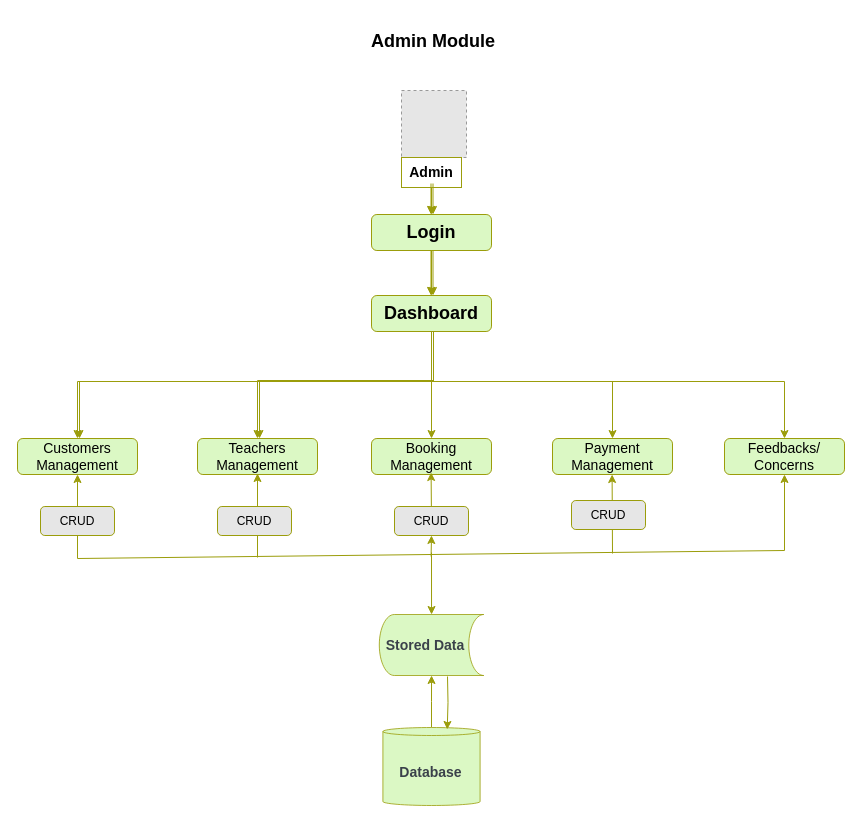
The draw.io diagram page "Admin Module" (7 of 10) of Untitled Diagram.drawio in Nashciong/JavaCodes, before the edit. Source tidied: cells renumbered, new cells numbered last; positions are measured from the earlier drawing's top-left corner, leaving out a move shared by most shapes. Both pictures are drawn from the tidied source at 100%, with x=0, y=0 at pixel (17, 17). Pictures stored in the file or linked from it are replaced by grey dashed boxes.
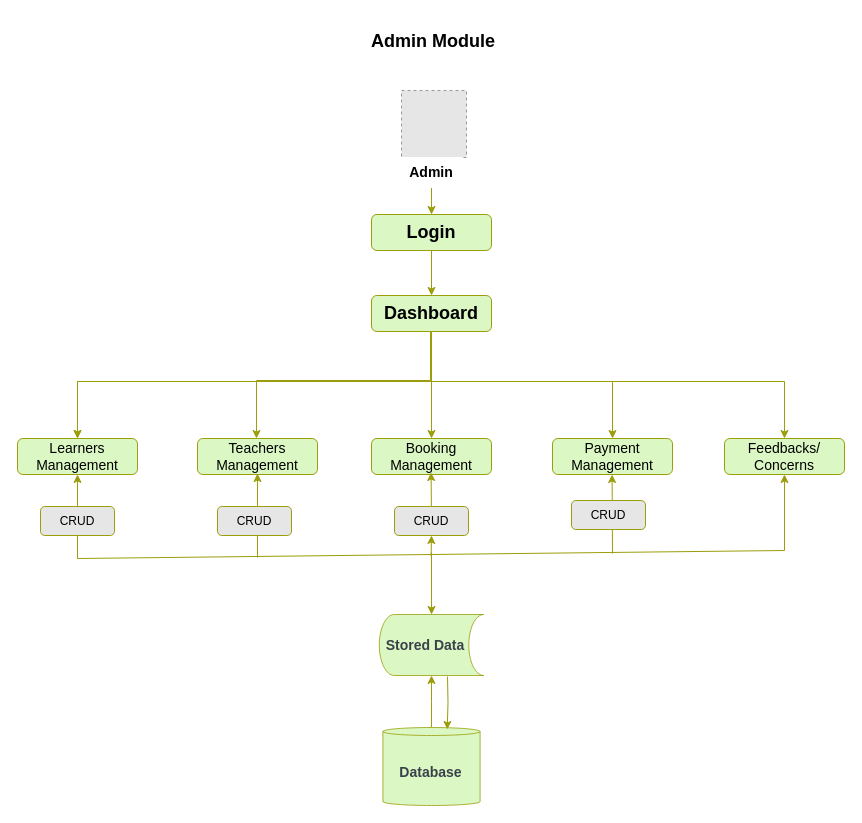
The same page after the edit.

The change refers to these unchanged cells:
```xml
<mxCell id="11" value="&lt;font style=&quot;font-size: 18px;&quot;&gt;&lt;b&gt;Dashboard&lt;/b&gt;&lt;/font&gt;" style="rounded=1;whiteSpace=wrap;html=1;fillColor=#DBF8C4;strokeColor=#9B9D0B;" parent="1" vertex="1">
  <mxGeometry x="354" y="278" width="120" height="36" as="geometry" />
</mxCell>
<mxCell id="18" value="&lt;font style=&quot;font-size: 14px;&quot;&gt;Teachers Management&lt;/font&gt;" style="rounded=1;whiteSpace=wrap;html=1;fillColor=#DBF8C4;strokeColor=#9B9D0B;" parent="1" vertex="1">
  <mxGeometry x="180" y="421" width="120" height="36" as="geometry" />
</mxCell>
```

The edit, as a diff of the source:
```diff
@@
-    <mxCell id="8" style="edgeStyle=orthogonalEdgeStyle;rounded=0;jettySize=auto;html=1;entryX=0.5;entryY=0;entryDx=0;entryDy=0;strokeColor=#9B9D0B;" parent="1" edge="1" source="11" target="18">
-      <mxGeometry relative="1" as="geometry">
-        <Array as="points">
-          <mxPoint x="414" y="363" />
-          <mxPoint x="240" y="363" />
-        </Array>
-      </mxGeometry>
-    </mxCell>
@@
-    <mxCell id="13" value="&lt;b&gt;&lt;font style=&quot;font-size: 14px;&quot;&gt;Admin&lt;/font&gt;&lt;/b&gt;" style="text;html=1;strokeColor=#9B9D0B;fillColor=none;align=center;verticalAlign=middle;whiteSpace=wrap;rounded=0;" parent="1" vertex="1">
+    <mxCell id="13" value="&lt;b&gt;&lt;font style=&quot;font-size: 14px;&quot;&gt;Admin&lt;/font&gt;&lt;/b&gt;" style="text;html=1;strokeColor=#FFFFFF;fillColor=none;align=center;verticalAlign=middle;whiteSpace=wrap;rounded=0;" parent="1" vertex="1">
       <mxGeometry x="384" y="140" width="60" height="30" as="geometry" />
     </mxCell>
-    <mxCell id="14" value="&lt;font style=&quot;font-size: 14px;&quot;&gt;Customers Management&lt;/font&gt;" style="rounded=1;whiteSpace=wrap;html=1;fillColor=#DBF8C4;strokeColor=#9B9D0B;" parent="1" vertex="1">
+    <mxCell id="14" value="&lt;font style=&quot;font-size: 14px;&quot;&gt;Learners Management&lt;/font&gt;" style="rounded=1;whiteSpace=wrap;html=1;fillColor=#DBF8C4;strokeColor=#9B9D0B;" parent="1" vertex="1">
       <mxGeometry y="421" width="120" height="36" as="geometry" />
     </mxCell>
@@
-    <mxCell id="19" style="edgeStyle=orthogonalEdgeStyle;rounded=0;orthogonalLoop=1;jettySize=auto;html=1;entryX=0.5;entryY=0;entryDx=0;entryDy=0;strokeColor=#9B9D0B;" parent="1" edge="1">
-      <mxGeometry relative="1" as="geometry">
-        <mxPoint x="413.5" y="166" as="sourcePoint" />
-        <mxPoint x="413.5" y="197" as="targetPoint" />
-      </mxGeometry>
-    </mxCell>
-    <mxCell id="20" style="edgeStyle=orthogonalEdgeStyle;rounded=0;orthogonalLoop=1;jettySize=auto;html=1;entryX=0.5;entryY=0;entryDx=0;entryDy=0;strokeColor=#9B9D0B;" parent="1" edge="1">
-      <mxGeometry relative="1" as="geometry">
-        <mxPoint x="413.5" y="233" as="sourcePoint" />
-        <mxPoint x="413.5" y="278" as="targetPoint" />
-      </mxGeometry>
-    </mxCell>
-    <mxCell id="21" style="edgeStyle=orthogonalEdgeStyle;rounded=0;orthogonalLoop=1;jettySize=auto;html=1;entryX=0.5;entryY=0;entryDx=0;entryDy=0;strokeColor=#9B9D0B;" parent="1" edge="1">
-      <mxGeometry relative="1" as="geometry">
-        <mxPoint x="415.5" y="166" as="sourcePoint" />
-        <mxPoint x="415.5" y="197" as="targetPoint" />
-      </mxGeometry>
-    </mxCell>
-    <mxCell id="22" style="edgeStyle=orthogonalEdgeStyle;rounded=0;orthogonalLoop=1;jettySize=auto;html=1;entryX=0.5;entryY=0;entryDx=0;entryDy=0;strokeColor=#9B9D0B;" parent="1" edge="1">
-      <mxGeometry relative="1" as="geometry">
-        <mxPoint x="415.5" y="233" as="sourcePoint" />
-        <mxPoint x="415.5" y="278" as="targetPoint" />
-      </mxGeometry>
-    </mxCell>
     <mxCell id="23" style="edgeStyle=orthogonalEdgeStyle;rounded=0;orthogonalLoop=1;jettySize=auto;html=1;entryX=0.5;entryY=0;entryDx=0;entryDy=0;strokeColor=#9B9D0B;" parent="1" edge="1">
       <mxGeometry relative="1" as="geometry">
-        <mxPoint x="416" y="314" as="sourcePoint" />
-        <mxPoint x="242" y="421" as="targetPoint" />
+        <mxPoint x="413" y="314" as="sourcePoint" />
+        <mxPoint x="239" y="421" as="targetPoint" />
         <Array as="points">
-          <mxPoint x="416" y="363" />
-          <mxPoint x="242" y="363" />
+          <mxPoint x="413" y="363" />
+          <mxPoint x="239" y="363" />
         </Array>
       </mxGeometry>
     </mxCell>
     <mxCell id="24" style="edgeStyle=orthogonalEdgeStyle;rounded=0;orthogonalLoop=1;jettySize=auto;html=1;entryX=0.5;entryY=0;entryDx=0;entryDy=0;strokeColor=#9B9D0B;" parent="1" edge="1">
       <mxGeometry relative="1" as="geometry">
-        <mxPoint x="416" y="314" as="sourcePoint" />
-        <mxPoint x="62" y="421" as="targetPoint" />
+        <mxPoint x="414" y="314" as="sourcePoint" />
+        <mxPoint x="60" y="421" as="targetPoint" />
         <Array as="points">
-          <mxPoint x="416" y="364" />
-          <mxPoint x="62" y="364" />
+          <mxPoint x="414" y="364" />
+          <mxPoint x="60" y="364" />
         </Array>
       </mxGeometry>
     </mxCell>
```
